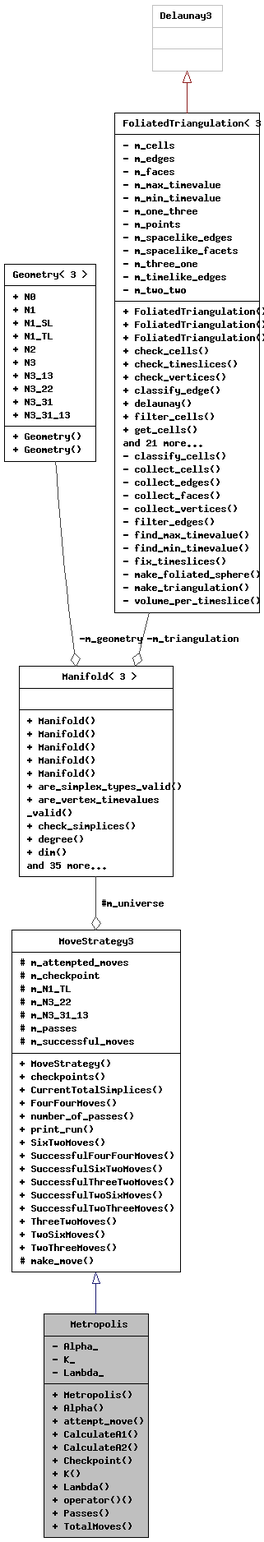
Before: class_metropolis__coll__graph.png, a diagram exported from Graphviz (acgetchell/CDT-plusplus). Its source is kept beside it as class_metropolis__coll__graph.dot.
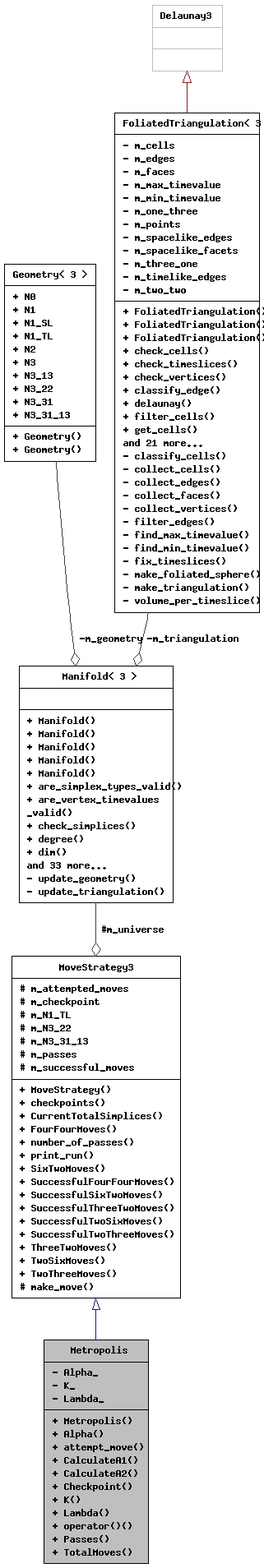
After the commit.

The edit, as a diff of the source:
```diff
@@ -6,7 +6,7 @@
   Node2 -> Node1 [dir="back",color="midnightblue",fontsize="10",style="solid",arrowtail="onormal",fontname="Helvetica"];
   Node2 [label="{MoveStrategy3\n|# m_attempted_moves\l# m_checkpoint\l# m_N1_TL\l# m_N3_22\l# m_N3_31_13\l# m_passes\l# m_successful_moves\l|+ MoveStrategy()\l+ checkpoints()\l+ CurrentTotalSimplices()\l+ FourFourMoves()\l+ number_of_passes()\l+ print_run()\l+ SixTwoMoves()\l+ SuccessfulFourFourMoves()\l+ SuccessfulSixTwoMoves()\l+ SuccessfulThreeTwoMoves()\l+ SuccessfulTwoSixMoves()\l+ SuccessfulTwoThreeMoves()\l+ ThreeTwoMoves()\l+ TwoSixMoves()\l+ TwoThreeMoves()\l# make_move()\l}",height=0.2,width=0.4,color="black", fillcolor="white", style="filled",URL="$class_move_strategy_3_013_01_4.html",tooltip=" "];
   Node3 -> Node2 [color="grey25",fontsize="10",style="solid",label=" #m_universe" ,arrowhead="odiamond",fontname="Helvetica"];
-  Node3 [label="{Manifold\< 3 \>\n||+ Manifold()\l+ Manifold()\l+ Manifold()\l+ Manifold()\l+ Manifold()\l+ are_simplex_types_valid()\l+ are_vertex_timevalues\l_valid()\l+ check_simplices()\l+ degree()\l+ dim()\land 35 more...\l}",height=0.2,width=0.4,color="black", fillcolor="white", style="filled",URL="$class_manifold_3_013_01_4.html",tooltip="3D Manifold"];
+  Node3 [label="{Manifold\< 3 \>\n||+ Manifold()\l+ Manifold()\l+ Manifold()\l+ Manifold()\l+ Manifold()\l+ are_simplex_types_valid()\l+ are_vertex_timevalues\l_valid()\l+ check_simplices()\l+ degree()\l+ dim()\land 33 more...\l- update_geometry()\l- update_triangulation()\l}",height=0.2,width=0.4,color="black", fillcolor="white", style="filled",URL="$class_manifold_3_013_01_4.html",tooltip="3D Manifold"];
   Node4 -> Node3 [color="grey25",fontsize="10",style="solid",label=" -m_geometry" ,arrowhead="odiamond",fontname="Helvetica"];
   Node4 [label="{Geometry\< 3 \>\n|+ N0\l+ N1\l+ N1_SL\l+ N1_TL\l+ N2\l+ N3\l+ N3_13\l+ N3_22\l+ N3_31\l+ N3_31_13\l|+ Geometry()\l+ Geometry()\l}",height=0.2,width=0.4,color="black", fillcolor="white", style="filled",URL="$struct_geometry_3_013_01_4.html",tooltip="3D Geometry"];
   Node5 -> Node3 [color="grey25",fontsize="10",style="solid",label=" -m_triangulation" ,arrowhead="odiamond",fontname="Helvetica"];
```
